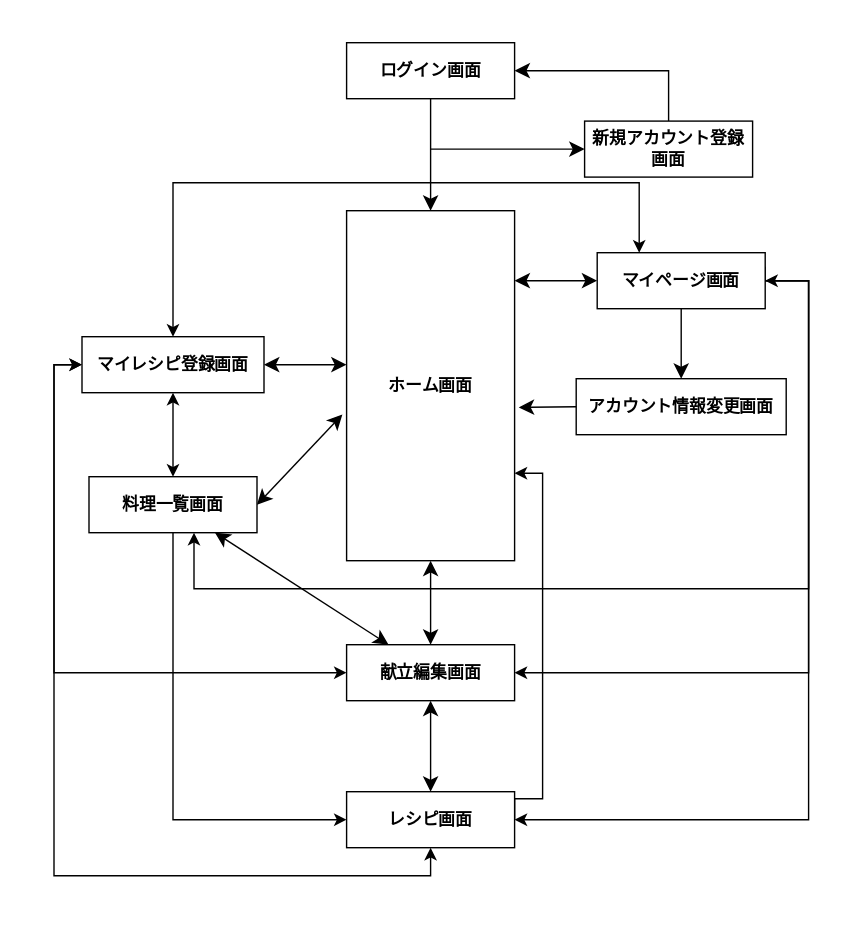
The draw.io diagram pekolunch_project/media/portfolio/peko_Lunch_画面遷移図.svg in megumi-sonobe/pekolunch-login-logout, before a commit. Source tidied: cells renumbered, new cells last; positions are measured from the earlier drawing's top-left corner, leaving out a move shared by most shapes. The source it was exported from:
```xml
<mxGraphModel>
  <root>
    <mxCell id="0" />
    <mxCell id="1" parent="0" />
    <mxCell id="2" value="&lt;b&gt;ログイン画面&lt;/b&gt;" style="rounded=0;whiteSpace=wrap;html=1;labelBackgroundColor=none;" parent="1" vertex="1">
      <mxGeometry x="189" width="120" height="40" as="geometry" />
    </mxCell>
    <mxCell id="3" style="edgeStyle=orthogonalEdgeStyle;rounded=0;jettySize=auto;html=1;exitX=0.5;exitY=1;exitDx=0;exitDy=0;entryX=0;entryY=0.5;entryDx=0;entryDy=0;startArrow=classic;startFill=1;" parent="1" edge="1" source="5" target="19">
      <mxGeometry relative="1" as="geometry" />
    </mxCell>
    <mxCell id="4" style="edgeStyle=orthogonalEdgeStyle;rounded=0;jettySize=auto;html=1;exitX=1;exitY=0.5;exitDx=0;exitDy=0;entryX=1;entryY=0.75;entryDx=0;entryDy=0;" parent="1" edge="1" source="5" target="6">
      <mxGeometry relative="1" as="geometry">
        <Array as="points">
          <mxPoint x="309" y="540" />
          <mxPoint x="329" y="540" />
          <mxPoint x="329" y="308" />
        </Array>
      </mxGeometry>
    </mxCell>
    <mxCell id="5" value="&lt;b&gt;レシピ画面&lt;/b&gt;&lt;span style=&quot;color: rgba(0, 0, 0, 0); font-family: monospace; font-size: 0px; text-align: start; text-wrap: nowrap;&quot;&gt;%3CmxGraphModel%3E%3Croot%3E%3CmxCell%20id%3D%220%22%2F%3E%3CmxCell%20id%3D%221%22%20parent%3D%220%22%2F%3E%3CmxCell%20id%3D%222%22%20value%3D%22%26lt%3Bb%26gt%3B%E3%82%B5%E3%82%A4%E3%83%B3%E3%82%A2%E3%83%83%E3%83%97%E7%94%BB%E9%9D%A2%26lt%3B%2Fb%26gt%3B%22%20style%3D%22rounded%3D0%3BwhiteSpace%3Dwrap%3Bhtml%3D1%3B%22%20vertex%3D%221%22%20parent%3D%221%22%3E%3CmxGeometry%20x%3D%22120%22%20y%3D%22120%22%20width%3D%22120%22%20height%3D%2240%22%20as%3D%22geometry%22%2F%3E%3C%2FmxCell%3E%3C%2Froot%3E%3C%2FmxGraphModel%3E&lt;/span&gt;" style="rounded=0;whiteSpace=wrap;html=1;labelBackgroundColor=none;" parent="1" vertex="1">
      <mxGeometry x="189" y="535" width="120" height="40" as="geometry" />
    </mxCell>
    <mxCell id="6" value="&lt;b&gt;ホーム画面&lt;/b&gt;" style="rounded=0;whiteSpace=wrap;html=1;labelBackgroundColor=none;" parent="1" vertex="1">
      <mxGeometry x="189" y="120" width="120" height="250" as="geometry" />
    </mxCell>
    <mxCell id="7" style="edgeStyle=orthogonalEdgeStyle;rounded=0;jettySize=auto;html=1;exitX=0;exitY=0.5;exitDx=0;exitDy=0;entryX=0;entryY=0.5;entryDx=0;entryDy=0;startArrow=classic;startFill=1;" parent="1" edge="1" source="8" target="19">
      <mxGeometry relative="1" as="geometry" />
    </mxCell>
    <mxCell id="8" value="&lt;b&gt;献立編集画面&lt;/b&gt;" style="rounded=0;whiteSpace=wrap;html=1;labelBackgroundColor=none;" parent="1" vertex="1">
      <mxGeometry x="189" y="430" width="120" height="40" as="geometry" />
    </mxCell>
    <mxCell id="9" style="edgeStyle=orthogonalEdgeStyle;rounded=0;jettySize=auto;html=1;exitX=0.5;exitY=1;exitDx=0;exitDy=0;entryX=0;entryY=0.5;entryDx=0;entryDy=0;" parent="1" edge="1" source="10" target="5">
      <mxGeometry relative="1" as="geometry" />
    </mxCell>
    <mxCell id="10" value="&lt;b&gt;料理一覧画面&lt;/b&gt;" style="rounded=0;whiteSpace=wrap;html=1;labelBackgroundColor=none;" parent="1" vertex="1">
      <mxGeometry x="5" y="310" width="120" height="40" as="geometry" />
    </mxCell>
    <mxCell id="11" style="edgeStyle=orthogonalEdgeStyle;jettySize=auto;html=1;exitX=1;exitY=0.25;exitDx=0;exitDy=0;entryX=1;entryY=0.5;entryDx=0;entryDy=0;rounded=0;" parent="1" edge="1" source="14" target="5">
      <mxGeometry relative="1" as="geometry">
        <Array as="points">
          <mxPoint x="488" y="170" />
          <mxPoint x="519" y="170" />
          <mxPoint x="519" y="555" />
        </Array>
      </mxGeometry>
    </mxCell>
    <mxCell id="12" style="edgeStyle=orthogonalEdgeStyle;rounded=0;jettySize=auto;html=1;exitX=0.25;exitY=0;exitDx=0;exitDy=0;entryX=0.5;entryY=0;entryDx=0;entryDy=0;startArrow=classic;startFill=1;" parent="1" edge="1" source="14" target="19">
      <mxGeometry relative="1" as="geometry">
        <Array as="points">
          <mxPoint x="398" y="100" />
          <mxPoint x="65" y="100" />
        </Array>
      </mxGeometry>
    </mxCell>
    <mxCell id="13" style="edgeStyle=orthogonalEdgeStyle;rounded=0;jettySize=auto;html=1;exitX=1;exitY=0.5;exitDx=0;exitDy=0;entryX=1;entryY=0.5;entryDx=0;entryDy=0;" parent="1" edge="1" source="14" target="8">
      <mxGeometry relative="1" as="geometry">
        <Array as="points">
          <mxPoint x="519" y="170" />
          <mxPoint x="519" y="450" />
        </Array>
      </mxGeometry>
    </mxCell>
    <mxCell id="14" value="&lt;b&gt;マイページ画面&lt;/b&gt;" style="rounded=0;whiteSpace=wrap;html=1;labelBackgroundColor=none;" parent="1" vertex="1">
      <mxGeometry x="368" y="150" width="120" height="40" as="geometry" />
    </mxCell>
    <mxCell id="15" value="&lt;b&gt;アカウント情報変更画面&lt;/b&gt;" style="rounded=0;whiteSpace=wrap;html=1;labelBackgroundColor=none;" parent="1" vertex="1">
      <mxGeometry x="353" y="240" width="150" height="40" as="geometry" />
    </mxCell>
    <mxCell id="16" style="edgeStyle=none;curved=0;rounded=0;jettySize=auto;html=1;exitX=0.5;exitY=0;exitDx=0;exitDy=0;entryX=1;entryY=0.5;entryDx=0;entryDy=0;fontSize=12;startSize=8;endSize=8;labelBackgroundColor=none;fontColor=default;strokeColor=default;" parent="1" edge="1" source="17" target="2">
      <mxGeometry relative="1" as="geometry">
        <Array as="points">
          <mxPoint x="419" y="20" />
        </Array>
      </mxGeometry>
    </mxCell>
    <mxCell id="17" value="&lt;b&gt;新規アカウント登録画面&lt;/b&gt;" style="rounded=0;whiteSpace=wrap;html=1;labelBackgroundColor=none;" parent="1" vertex="1">
      <mxGeometry x="359" y="56" width="120" height="40" as="geometry" />
    </mxCell>
    <mxCell id="18" style="edgeStyle=orthogonalEdgeStyle;rounded=0;jettySize=auto;html=1;exitX=0.5;exitY=1;exitDx=0;exitDy=0;entryX=0.5;entryY=0;entryDx=0;entryDy=0;startArrow=classic;startFill=1;" parent="1" edge="1" source="19" target="10">
      <mxGeometry relative="1" as="geometry" />
    </mxCell>
    <mxCell id="19" value="&lt;b&gt;マイレシピ登録画面&lt;/b&gt;" style="rounded=0;whiteSpace=wrap;html=1;labelBackgroundColor=none;" parent="1" vertex="1">
      <mxGeometry y="210" width="130" height="40" as="geometry" />
    </mxCell>
    <mxCell id="20" style="endArrow=classic;html=1;rounded=0;fontSize=12;startSize=8;endSize=8;curved=1;labelBackgroundColor=none;fontColor=default;" parent="1" edge="1" source="2" target="6">
      <mxGeometry relative="1" as="geometry" />
    </mxCell>
    <mxCell id="21" style="endArrow=classic;html=1;rounded=0;fontSize=12;startSize=8;endSize=8;curved=1;entryX=0;entryY=0.5;entryDx=0;entryDy=0;labelBackgroundColor=none;fontColor=default;" parent="1" edge="1" target="17">
      <mxGeometry relative="1" as="geometry">
        <mxPoint x="249" y="76" as="sourcePoint" />
      </mxGeometry>
    </mxCell>
    <mxCell id="22" style="endArrow=classic;startArrow=classic;html=1;rounded=0;fontSize=12;startSize=8;endSize=8;curved=1;entryX=0.5;entryY=1;entryDx=0;entryDy=0;labelBackgroundColor=none;fontColor=default;" parent="1" edge="1" target="6">
      <mxGeometry relative="1" as="geometry">
        <mxPoint x="249" y="430" as="sourcePoint" />
      </mxGeometry>
    </mxCell>
    <mxCell id="23" style="endArrow=classic;startArrow=classic;html=1;rounded=0;fontSize=12;startSize=8;endSize=8;curved=1;entryX=0;entryY=0.5;entryDx=0;entryDy=0;labelBackgroundColor=none;fontColor=default;" parent="1" edge="1" target="14">
      <mxGeometry relative="1" as="geometry">
        <mxPoint x="309" y="170" as="sourcePoint" />
      </mxGeometry>
    </mxCell>
    <mxCell id="24" style="endArrow=classic;startArrow=classic;html=1;rounded=0;fontSize=12;startSize=8;endSize=8;curved=1;entryX=0;entryY=0.44;entryDx=0;entryDy=0;entryPerimeter=0;labelBackgroundColor=none;fontColor=default;" parent="1" edge="1" target="6">
      <mxGeometry relative="1" as="geometry">
        <mxPoint x="130" y="230" as="sourcePoint" />
      </mxGeometry>
    </mxCell>
    <mxCell id="25" style="endArrow=classic;startArrow=classic;html=1;rounded=0;fontSize=12;startSize=8;endSize=8;curved=1;entryX=-0.025;entryY=0.582;entryDx=0;entryDy=0;entryPerimeter=0;labelBackgroundColor=none;fontColor=default;" parent="1" edge="1" target="6">
      <mxGeometry relative="1" as="geometry">
        <mxPoint x="125" y="330" as="sourcePoint" />
      </mxGeometry>
    </mxCell>
    <mxCell id="26" style="endArrow=classic;html=1;rounded=0;fontSize=12;startSize=8;endSize=8;curved=1;exitX=0.5;exitY=1;exitDx=0;exitDy=0;entryX=0.5;entryY=0;entryDx=0;entryDy=0;labelBackgroundColor=none;fontColor=default;" parent="1" edge="1" source="14" target="15">
      <mxGeometry relative="1" as="geometry" />
    </mxCell>
    <mxCell id="27" style="edgeStyle=none;curved=1;rounded=0;jettySize=auto;html=1;exitX=0;exitY=0.5;exitDx=0;exitDy=0;entryX=1.025;entryY=0.562;entryDx=0;entryDy=0;entryPerimeter=0;fontSize=12;startSize=8;endSize=8;labelBackgroundColor=none;fontColor=default;" parent="1" edge="1" source="15" target="6">
      <mxGeometry relative="1" as="geometry" />
    </mxCell>
    <mxCell id="28" style="endArrow=classic;html=1;rounded=0;fontSize=12;startSize=8;endSize=8;curved=1;exitX=0.25;exitY=0;exitDx=0;exitDy=0;entryX=0.75;entryY=1;entryDx=0;entryDy=0;startArrow=classic;startFill=1;" parent="1" edge="1" source="8" target="10">
      <mxGeometry relative="1" as="geometry" />
    </mxCell>
    <mxCell id="29" style="endArrow=classic;startArrow=classic;html=1;rounded=0;fontSize=12;startSize=8;endSize=8;curved=1;labelBackgroundColor=none;fontColor=default;exitX=0.5;exitY=0;exitDx=0;exitDy=0;entryX=0.5;entryY=1;entryDx=0;entryDy=0;" parent="1" edge="1" source="5" target="8">
      <mxGeometry relative="1" as="geometry" />
    </mxCell>
    <mxCell id="30" style="edgeStyle=orthogonalEdgeStyle;rounded=0;jettySize=auto;html=1;exitX=1;exitY=0.5;exitDx=0;exitDy=0;entryX=0.625;entryY=1;entryDx=0;entryDy=0;entryPerimeter=0;startArrow=classic;startFill=1;" parent="1" edge="1" source="14" target="10">
      <mxGeometry relative="1" as="geometry">
        <Array as="points">
          <mxPoint x="519" y="170" />
          <mxPoint x="519" y="390" />
          <mxPoint x="80" y="390" />
        </Array>
      </mxGeometry>
    </mxCell>
  </root>
</mxGraphModel>
```
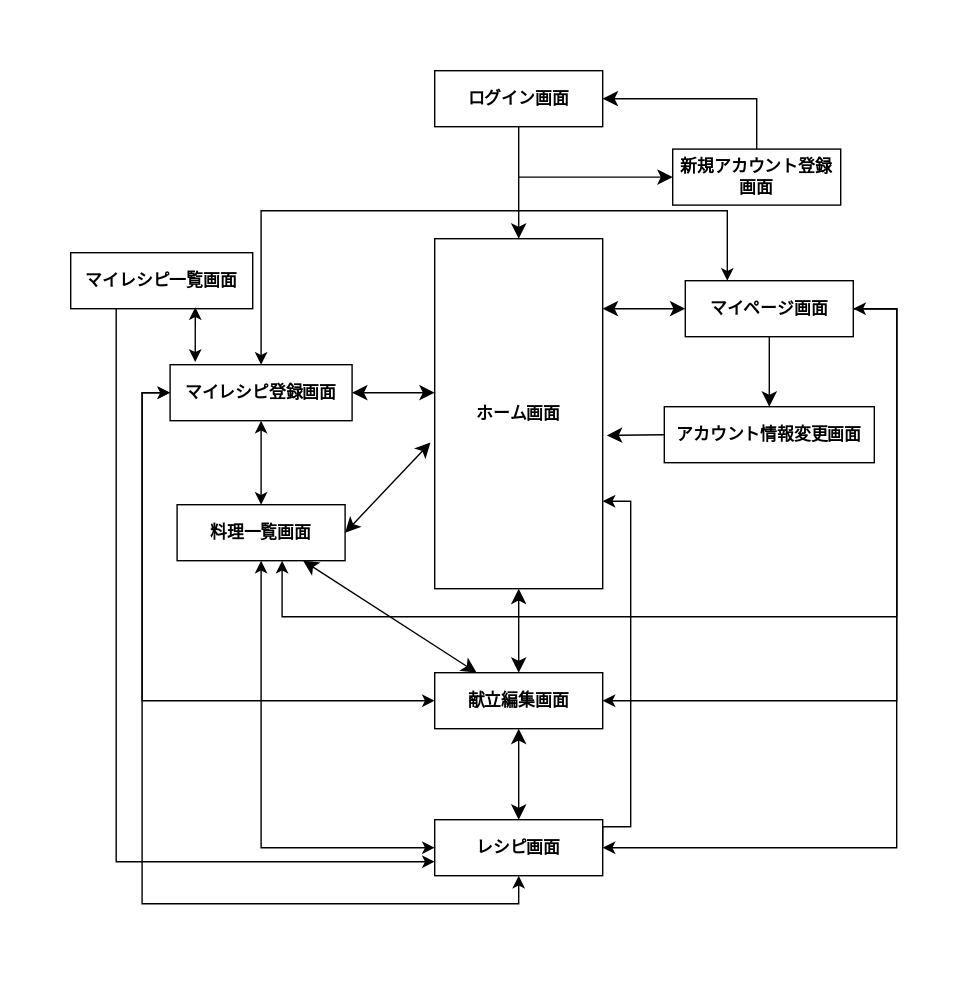
After the change.

What changed in the source:
```diff
@@ -29,9 +29,6 @@
     <mxCell id="8" value="&lt;b&gt;献立編集画面&lt;/b&gt;" style="rounded=0;whiteSpace=wrap;html=1;labelBackgroundColor=none;" parent="1" vertex="1">
       <mxGeometry x="189" y="430" width="120" height="40" as="geometry" />
     </mxCell>
-    <mxCell id="9" style="edgeStyle=orthogonalEdgeStyle;rounded=0;jettySize=auto;html=1;exitX=0.5;exitY=1;exitDx=0;exitDy=0;entryX=0;entryY=0.5;entryDx=0;entryDy=0;" parent="1" edge="1" source="10" target="5">
-      <mxGeometry relative="1" as="geometry" />
-    </mxCell>
     <mxCell id="10" value="&lt;b&gt;料理一覧画面&lt;/b&gt;" style="rounded=0;whiteSpace=wrap;html=1;labelBackgroundColor=none;" parent="1" vertex="1">
       <mxGeometry x="5" y="310" width="120" height="40" as="geometry" />
     </mxCell>
@@ -131,5 +128,23 @@
         </Array>
       </mxGeometry>
     </mxCell>
+    <mxCell id="31" style="edgeStyle=orthogonalEdgeStyle;rounded=0;jettySize=auto;html=1;exitX=0.25;exitY=1;exitDx=0;exitDy=0;entryX=0;entryY=0.75;entryDx=0;entryDy=0;" parent="1" edge="1" source="32" target="5">
+      <mxGeometry relative="1" as="geometry" />
+    </mxCell>
+    <mxCell id="32" value="&lt;b&gt;マイレシピ一覧画面&lt;/b&gt;" style="rounded=0;whiteSpace=wrap;html=1;labelBackgroundColor=none;" parent="1" vertex="1">
+      <mxGeometry x="-71" y="130" width="130" height="40" as="geometry" />
+    </mxCell>
+    <mxCell id="33" style="edgeStyle=orthogonalEdgeStyle;rounded=0;jettySize=auto;html=1;exitX=0.5;exitY=1;exitDx=0;exitDy=0;startArrow=classic;startFill=1;entryX=0.138;entryY=-0.05;entryDx=0;entryDy=0;entryPerimeter=0;" parent="1" edge="1" target="19">
+      <mxGeometry relative="1" as="geometry">
+        <mxPoint x="18" y="169" as="sourcePoint" />
+      </mxGeometry>
+    </mxCell>
+    <mxCell id="34" style="endArrow=classic;startArrow=classic;html=1;rounded=0;exitX=0;exitY=0.5;exitDx=0;exitDy=0;entryX=0.5;entryY=1;entryDx=0;entryDy=0;" parent="1" edge="1" source="5" target="10">
+      <mxGeometry relative="1" as="geometry">
+        <Array as="points">
+          <mxPoint x="65" y="555" />
+        </Array>
+      </mxGeometry>
+    </mxCell>
   </root>
 </mxGraphModel>
```
